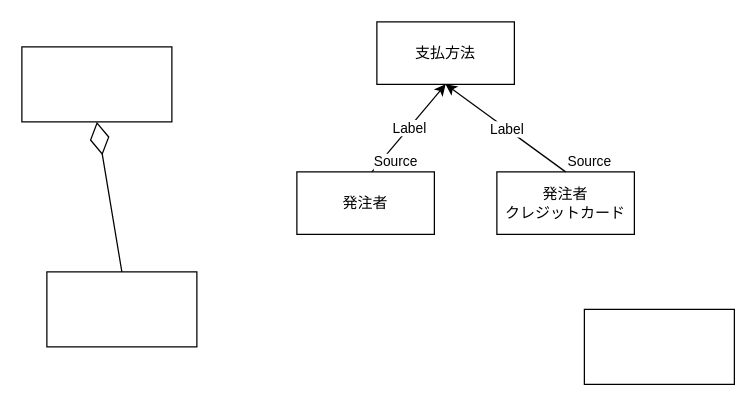
Earlier version of the draw.io diagram ダイアグラム１.drawio (ghbuser12/ohara_uml). Source tidied: cells renumbered, new cells numbered last; positions are measured from the earlier drawing's top-left corner, leaving out a move shared by most shapes. Both pictures are drawn from the tidied source at 125%, with x=0, y=0 at pixel (21, 21).
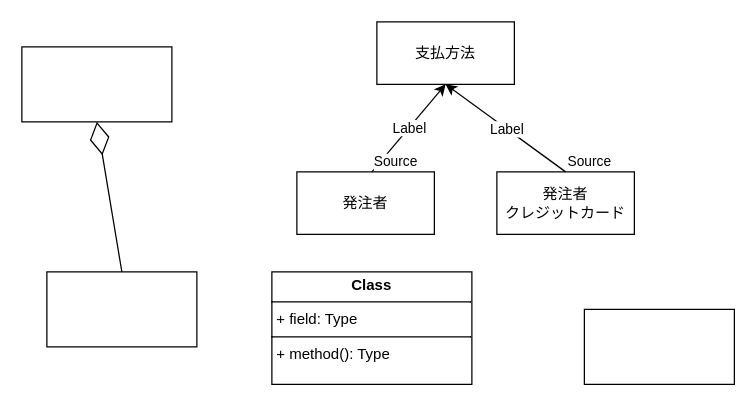
Above is the later version.

The edit, as a diff of the source:
```diff
@@
 <mxGraphModel>
   <root>
     <mxCell id="0" />
     <mxCell id="1" parent="0" />
     <mxCell id="2" style="rounded=0;whiteSpace=wrap;html=1;" parent="1" vertex="1">
       <mxGeometry y="20" width="120" height="60" as="geometry" />
     </mxCell>
     <mxCell id="3" style="rounded=0;whiteSpace=wrap;html=1;" parent="1" vertex="1">
       <mxGeometry x="20" y="200" width="120" height="60" as="geometry" />
     </mxCell>
     <mxCell id="4" style="endArrow=diamondThin;endFill=0;endSize=24;html=1;rounded=0;exitX=0.5;exitY=0;exitDx=0;exitDy=0;entryX=0.5;entryY=1;entryDx=0;entryDy=0;" parent="1" edge="1" source="3" target="2">
       <mxGeometry relative="1" as="geometry" />
     </mxCell>
     <mxCell id="5" value="支払方法" style="html=1;whiteSpace=wrap;" parent="1" vertex="1">
       <mxGeometry x="284" width="110" height="50" as="geometry" />
     </mxCell>
     <mxCell id="6" value="発注者" style="html=1;whiteSpace=wrap;" parent="1" vertex="1">
       <mxGeometry x="220" y="120" width="110" height="50" as="geometry" />
     </mxCell>
     <mxCell id="7" value="発注者&lt;div&gt;クレジットカード&lt;/div&gt;" style="html=1;whiteSpace=wrap;" parent="1" vertex="1">
       <mxGeometry x="380" y="120" width="110" height="50" as="geometry" />
     </mxCell>
     <mxCell id="8" style="endArrow=classic;html=1;rounded=0;entryX=0.5;entryY=1;entryDx=0;entryDy=0;" parent="1" edge="1" target="5">
       <mxGeometry relative="1" as="geometry">
         <mxPoint x="280" y="120" as="sourcePoint" />
       </mxGeometry>
     </mxCell>
     <mxCell id="9" value="Label" style="edgeLabel;html=1;align=center;verticalAlign=middle;" parent="8" vertex="1">
       <mxGeometry relative="1" as="geometry" />
     </mxCell>
     <mxCell id="10" value="Source" style="edgeLabel;html=1;align=left;verticalAlign=bottom;" parent="8" vertex="1">
       <mxGeometry x="-1" relative="1" as="geometry" />
     </mxCell>
     <mxCell id="11" style="endArrow=classic;html=1;rounded=0;exitX=0.5;exitY=0;exitDx=0;exitDy=0;entryX=0.5;entryY=1;entryDx=0;entryDy=0;" parent="1" edge="1" source="7" target="5">
       <mxGeometry relative="1" as="geometry" />
     </mxCell>
     <mxCell id="12" value="Label" style="edgeLabel;html=1;align=center;verticalAlign=middle;" parent="11" vertex="1">
       <mxGeometry relative="1" as="geometry" />
     </mxCell>
     <mxCell id="13" value="Source" style="edgeLabel;html=1;align=left;verticalAlign=bottom;" parent="11" vertex="1">
       <mxGeometry x="-1" relative="1" as="geometry" />
     </mxCell>
     <mxCell id="14" style="rounded=0;whiteSpace=wrap;html=1;" parent="1" vertex="1">
       <mxGeometry x="450" y="230" width="120" height="60" as="geometry" />
     </mxCell>
+    <mxCell id="15" value="&lt;p style=&quot;margin:0px;margin-top:4px;text-align:center;&quot;&gt;&lt;b&gt;Class&lt;/b&gt;&lt;/p&gt;&lt;hr size=&quot;1&quot; style=&quot;border-style:solid;&quot;/&gt;&lt;p style=&quot;margin:0px;margin-left:4px;&quot;&gt;+ field: Type&lt;/p&gt;&lt;hr size=&quot;1&quot; style=&quot;border-style:solid;&quot;/&gt;&lt;p style=&quot;margin:0px;margin-left:4px;&quot;&gt;+ method(): Type&lt;/p&gt;" style="verticalAlign=top;align=left;overflow=fill;html=1;whiteSpace=wrap;" parent="1" vertex="1">
+      <mxGeometry x="200" y="200" width="160" height="90" as="geometry" />
+    </mxCell>
   </root>
 </mxGraphModel>
```
